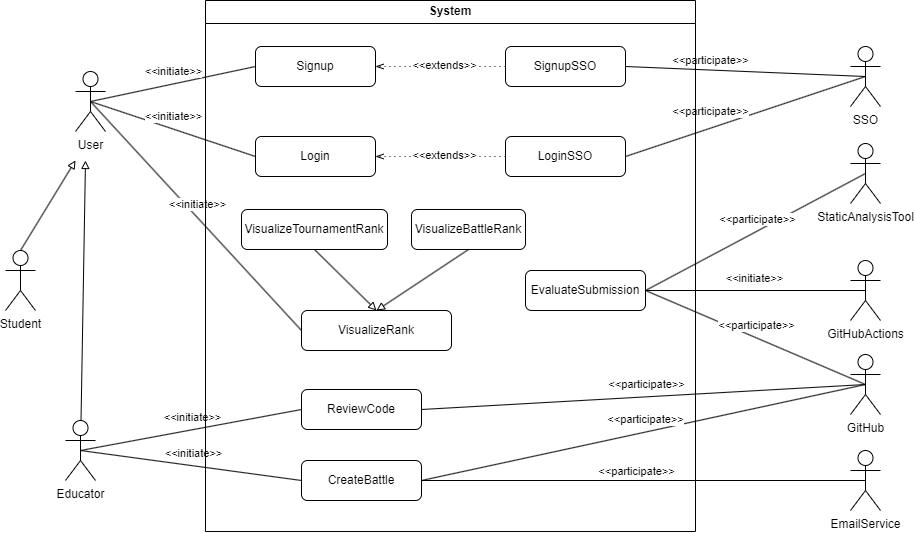
TommasoCapacci/SEII-2024-Capacci-Ginestroni keeps this draw.io diagram as RASD/Diagrams/use_case_both.png. Above is the earlier version. Source tidied: cells renumbered, new cells last; positions are measured from the earlier drawing's top-left corner, leaving out a move shared by most shapes.
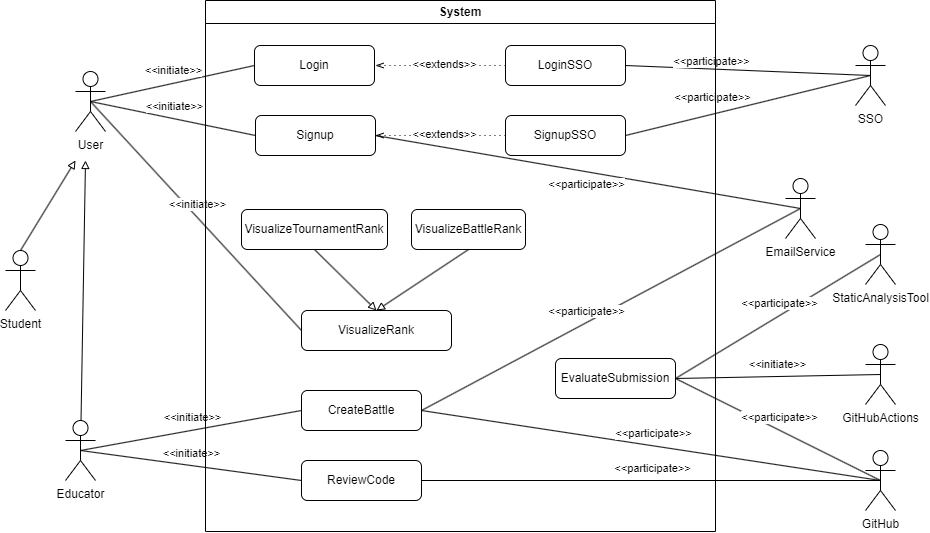
Above is the later version.

Commit message:
updated activity diagram for signup

The edit, as a diff of the source:
```diff
@@ -3,7 +3,7 @@
     <mxCell id="0" />
     <mxCell id="1" parent="0" />
     <mxCell id="2" value="StaticAnalysisTool" style="shape=umlActor;verticalLabelPosition=bottom;verticalAlign=top;html=1;outlineConnect=0;" parent="1" vertex="1">
-      <mxGeometry x="845" y="143" width="30" height="60" as="geometry" />
+      <mxGeometry x="860" y="224" width="30" height="60" as="geometry" />
     </mxCell>
     <mxCell id="3" value="Student" style="shape=umlActor;verticalLabelPosition=bottom;verticalAlign=top;html=1;outlineConnect=0;" parent="1" vertex="1">
       <mxGeometry y="250" width="30" height="60" as="geometry" />
@@ -12,83 +12,85 @@
       <mxGeometry x="60" y="420" width="30" height="60" as="geometry" />
     </mxCell>
     <mxCell id="5" value="SSO" style="shape=umlActor;verticalLabelPosition=bottom;verticalAlign=top;html=1;outlineConnect=0;" parent="1" vertex="1">
-      <mxGeometry x="845" y="46" width="30" height="60" as="geometry" />
+      <mxGeometry x="850" y="45" width="30" height="60" as="geometry" />
     </mxCell>
     <mxCell id="6" value="GitHub" style="shape=umlActor;verticalLabelPosition=bottom;verticalAlign=top;html=1;outlineConnect=0;" parent="1" vertex="1">
-      <mxGeometry x="845" y="354" width="30" height="60" as="geometry" />
+      <mxGeometry x="860" y="450" width="30" height="60" as="geometry" />
     </mxCell>
-    <mxCell id="7" value="Login" style="rounded=1;whiteSpace=wrap;html=1;" parent="1" vertex="1">
-      <mxGeometry x="250" y="136" width="120" height="40" as="geometry" />
+    <mxCell id="7" value="Signup" style="rounded=1;whiteSpace=wrap;html=1;" parent="1" vertex="1">
+      <mxGeometry x="250" y="115" width="120" height="40" as="geometry" />
     </mxCell>
-    <mxCell id="8" value="Signup" style="rounded=1;whiteSpace=wrap;html=1;" parent="1" vertex="1">
-      <mxGeometry x="250" y="46" width="120" height="40" as="geometry" />
+    <mxCell id="8" style="endArrow=none;html=1;rounded=0;exitX=1;exitY=0.5;exitDx=0;exitDy=0;entryX=0.5;entryY=0.5;entryDx=0;entryDy=0;entryPerimeter=0;" parent="1" edge="1" source="36" target="5">
+      <mxGeometry relative="1" as="geometry" />
     </mxCell>
-    <mxCell id="9" style="endArrow=none;html=1;rounded=0;exitX=1;exitY=0.5;exitDx=0;exitDy=0;entryX=0.5;entryY=0.5;entryDx=0;entryDy=0;entryPerimeter=0;" parent="1" edge="1" source="39" target="5">
-      <mxGeometry relative="1" as="geometry" />
+    <mxCell id="9" value="&amp;lt;&amp;lt;participate&amp;gt;&amp;gt;" style="edgeLabel;html=1;align=center;verticalAlign=middle;" parent="8" vertex="1">
+      <mxGeometry x="-0.09" y="-1" relative="1" as="geometry">
+        <mxPoint x="-26" y="-10" as="offset" />
+      </mxGeometry>
     </mxCell>
-    <mxCell id="10" value="&amp;lt;&amp;lt;participate&amp;gt;&amp;gt;" style="edgeLabel;html=1;align=center;verticalAlign=middle;" parent="9" vertex="1">
-      <mxGeometry x="-0.09" y="-1" relative="1" as="geometry">
-        <mxPoint x="-26" y="-10" as="offset" />
-      </mxGeometry>
+    <mxCell id="10" style="endArrow=none;html=1;rounded=0;exitX=0.5;exitY=0.5;exitDx=0;exitDy=0;exitPerimeter=0;entryX=0;entryY=0.5;entryDx=0;entryDy=0;" parent="1" edge="1" source="43" target="40">
+      <mxGeometry relative="1" as="geometry" />
     </mxCell>
-    <mxCell id="11" style="endArrow=none;html=1;rounded=0;exitX=0.5;exitY=0.5;exitDx=0;exitDy=0;exitPerimeter=0;entryX=0;entryY=0.5;entryDx=0;entryDy=0;" parent="1" edge="1" source="43" target="7">
-      <mxGeometry relative="1" as="geometry" />
+    <mxCell id="11" value="&amp;lt;&amp;lt;initiate&amp;gt;&amp;gt;" style="edgeLabel;html=1;align=center;verticalAlign=middle;" parent="10" vertex="1">
+      <mxGeometry x="0.01" relative="1" as="geometry">
+        <mxPoint y="-13" as="offset" />
+      </mxGeometry>
     </mxCell>
-    <mxCell id="12" value="&amp;lt;&amp;lt;initiate&amp;gt;&amp;gt;" style="edgeLabel;html=1;align=center;verticalAlign=middle;" parent="11" vertex="1">
-      <mxGeometry x="0.01" relative="1" as="geometry">
-        <mxPoint y="-13" as="offset" />
-      </mxGeometry>
+    <mxCell id="12" style="endArrow=none;html=1;rounded=0;entryX=0;entryY=0.5;entryDx=0;entryDy=0;exitX=0.5;exitY=0.5;exitDx=0;exitDy=0;exitPerimeter=0;" parent="1" edge="1" source="43" target="7">
+      <mxGeometry relative="1" as="geometry" />
     </mxCell>
-    <mxCell id="13" style="endArrow=none;html=1;rounded=0;entryX=0;entryY=0.5;entryDx=0;entryDy=0;exitX=0.5;exitY=0.5;exitDx=0;exitDy=0;exitPerimeter=0;" parent="1" edge="1" source="43" target="8">
-      <mxGeometry relative="1" as="geometry" />
+    <mxCell id="13" value="&amp;lt;&amp;lt;initiate&amp;gt;&amp;gt;" style="edgeLabel;html=1;align=center;verticalAlign=middle;" parent="12" vertex="1">
+      <mxGeometry x="0.01" relative="1" as="geometry">
+        <mxPoint y="-13" as="offset" />
+      </mxGeometry>
     </mxCell>
-    <mxCell id="14" value="&amp;lt;&amp;lt;initiate&amp;gt;&amp;gt;" style="edgeLabel;html=1;align=center;verticalAlign=middle;" parent="13" vertex="1">
-      <mxGeometry x="0.01" relative="1" as="geometry">
-        <mxPoint y="-13" as="offset" />
-      </mxGeometry>
+    <mxCell id="14" style="endArrow=none;html=1;rounded=0;exitX=1;exitY=0.5;exitDx=0;exitDy=0;entryX=0.5;entryY=0.5;entryDx=0;entryDy=0;entryPerimeter=0;" parent="1" edge="1" source="37" target="5">
+      <mxGeometry relative="1" as="geometry" />
     </mxCell>
-    <mxCell id="15" style="endArrow=none;html=1;rounded=0;exitX=1;exitY=0.5;exitDx=0;exitDy=0;entryX=0.5;entryY=0.5;entryDx=0;entryDy=0;entryPerimeter=0;" parent="1" edge="1" source="40" target="5">
-      <mxGeometry relative="1" as="geometry" />
+    <mxCell id="15" value="&amp;lt;&amp;lt;participate&amp;gt;&amp;gt;" style="edgeLabel;html=1;align=center;verticalAlign=middle;" parent="14" vertex="1">
+      <mxGeometry x="-0.09" y="-1" relative="1" as="geometry">
+        <mxPoint x="-26" y="-12" as="offset" />
+      </mxGeometry>
     </mxCell>
-    <mxCell id="16" value="&amp;lt;&amp;lt;participate&amp;gt;&amp;gt;" style="edgeLabel;html=1;align=center;verticalAlign=middle;" parent="15" vertex="1">
-      <mxGeometry x="-0.09" y="-1" relative="1" as="geometry">
-        <mxPoint x="-26" y="-12" as="offset" />
-      </mxGeometry>
+    <mxCell id="16" style="endArrow=none;html=1;rounded=0;exitX=0.5;exitY=0.5;exitDx=0;exitDy=0;exitPerimeter=0;entryX=0;entryY=0.5;entryDx=0;entryDy=0;" parent="1" edge="1" source="4" target="30">
+      <mxGeometry relative="1" as="geometry" />
     </mxCell>
-    <mxCell id="17" style="endArrow=none;html=1;rounded=0;exitX=0.5;exitY=0.5;exitDx=0;exitDy=0;exitPerimeter=0;entryX=0;entryY=0.5;entryDx=0;entryDy=0;" parent="1" edge="1" source="4" target="32">
-      <mxGeometry relative="1" as="geometry" />
+    <mxCell id="17" value="&amp;lt;&amp;lt;initiate&amp;gt;&amp;gt;" style="edgeLabel;html=1;align=center;verticalAlign=middle;" parent="16" vertex="1">
+      <mxGeometry x="0.01" relative="1" as="geometry">
+        <mxPoint y="-13" as="offset" />
+      </mxGeometry>
     </mxCell>
-    <mxCell id="18" value="&amp;lt;&amp;lt;initiate&amp;gt;&amp;gt;" style="edgeLabel;html=1;align=center;verticalAlign=middle;" parent="17" vertex="1">
-      <mxGeometry x="0.01" relative="1" as="geometry">
-        <mxPoint y="-13" as="offset" />
-      </mxGeometry>
+    <mxCell id="18" style="endArrow=none;html=1;rounded=0;exitX=1;exitY=0.5;exitDx=0;exitDy=0;entryX=0.5;entryY=0.5;entryDx=0;entryDy=0;entryPerimeter=0;" parent="1" edge="1" source="39" target="2">
+      <mxGeometry relative="1" as="geometry" />
     </mxCell>
-    <mxCell id="19" style="endArrow=none;html=1;rounded=0;exitX=1;exitY=0.5;exitDx=0;exitDy=0;entryX=0.5;entryY=0.5;entryDx=0;entryDy=0;entryPerimeter=0;" parent="1" edge="1" source="36" target="2">
-      <mxGeometry relative="1" as="geometry" />
+    <mxCell id="19" value="&amp;lt;&amp;lt;participate&amp;gt;&amp;gt;" style="edgeLabel;html=1;align=center;verticalAlign=middle;" parent="18" vertex="1">
+      <mxGeometry x="0.01" relative="1" as="geometry">
+        <mxPoint y="-13" as="offset" />
+      </mxGeometry>
     </mxCell>
-    <mxCell id="20" value="&amp;lt;&amp;lt;participate&amp;gt;&amp;gt;" style="edgeLabel;html=1;align=center;verticalAlign=middle;" parent="19" vertex="1">
-      <mxGeometry x="0.01" relative="1" as="geometry">
-        <mxPoint y="-13" as="offset" />
-      </mxGeometry>
+    <mxCell id="20" style="endArrow=none;html=1;rounded=0;exitX=0.5;exitY=0.5;exitDx=0;exitDy=0;exitPerimeter=0;entryX=1;entryY=0.5;entryDx=0;entryDy=0;" parent="1" edge="1" source="50" target="39">
+      <mxGeometry relative="1" as="geometry" />
     </mxCell>
-    <mxCell id="21" style="endArrow=none;html=1;rounded=0;exitX=0.5;exitY=0.5;exitDx=0;exitDy=0;exitPerimeter=0;entryX=1;entryY=0.5;entryDx=0;entryDy=0;" parent="1" edge="1" source="50" target="36">
-      <mxGeometry relative="1" as="geometry" />
+    <mxCell id="21" value="&amp;lt;&amp;lt;initiate&amp;gt;&amp;gt;" style="edgeLabel;html=1;align=center;verticalAlign=middle;" parent="20" vertex="1">
+      <mxGeometry x="0.01" relative="1" as="geometry">
+        <mxPoint y="-13" as="offset" />
+      </mxGeometry>
     </mxCell>
-    <mxCell id="22" value="&amp;lt;&amp;lt;initiate&amp;gt;&amp;gt;" style="edgeLabel;html=1;align=center;verticalAlign=middle;points=[];" parent="21" vertex="1">
-      <mxGeometry x="0.01" relative="1" as="geometry">
-        <mxPoint y="-13" as="offset" />
-      </mxGeometry>
+    <mxCell id="22" value="EmailService" style="shape=umlActor;verticalLabelPosition=bottom;verticalAlign=top;html=1;outlineConnect=0;" parent="1" vertex="1">
+      <mxGeometry x="780" y="178" width="30" height="60" as="geometry" />
     </mxCell>
-    <mxCell id="23" value="EmailService" style="shape=umlActor;verticalLabelPosition=bottom;verticalAlign=top;html=1;outlineConnect=0;" parent="1" vertex="1">
-      <mxGeometry x="845" y="450" width="30" height="60" as="geometry" />
+    <mxCell id="23" style="endArrow=none;html=1;rounded=0;exitX=1;exitY=0.5;exitDx=0;exitDy=0;entryX=0.5;entryY=0.5;entryDx=0;entryDy=0;entryPerimeter=0;" parent="1" edge="1" source="30" target="22">
+      <mxGeometry relative="1" as="geometry" />
     </mxCell>
-    <mxCell id="24" style="endArrow=none;html=1;rounded=0;exitX=1;exitY=0.5;exitDx=0;exitDy=0;entryX=0.5;entryY=0.5;entryDx=0;entryDy=0;entryPerimeter=0;" parent="1" edge="1" source="32" target="23">
+    <mxCell id="24" style="endArrow=none;html=1;rounded=0;entryX=0;entryY=0.5;entryDx=0;entryDy=0;exitX=0.5;exitY=0.5;exitDx=0;exitDy=0;exitPerimeter=0;" parent="1" edge="1" source="43" target="33">
       <mxGeometry relative="1" as="geometry" />
     </mxCell>
-    <mxCell id="25" value="&amp;lt;&amp;lt;participate&amp;gt;&amp;gt;" style="edgeLabel;html=1;align=center;verticalAlign=middle;" parent="1" vertex="1">
-      <mxGeometry x="630" y="470" as="geometry" />
+    <mxCell id="25" value="&amp;lt;&amp;lt;initiate&amp;gt;&amp;gt;" style="edgeLabel;html=1;align=center;verticalAlign=middle;" parent="24" vertex="1">
+      <mxGeometry x="0.01" relative="1" as="geometry">
+        <mxPoint y="-13" as="offset" />
+      </mxGeometry>
     </mxCell>
-    <mxCell id="26" style="endArrow=none;html=1;rounded=0;entryX=0;entryY=0.5;entryDx=0;entryDy=0;exitX=0.5;exitY=0.5;exitDx=0;exitDy=0;exitPerimeter=0;" parent="1" edge="1" source="43" target="35">
+    <mxCell id="26" style="endArrow=none;html=1;rounded=0;exitX=0.5;exitY=0.5;exitDx=0;exitDy=0;exitPerimeter=0;entryX=0;entryY=0.5;entryDx=0;entryDy=0;" parent="1" edge="1" source="4" target="29">
       <mxGeometry relative="1" as="geometry" />
     </mxCell>
     <mxCell id="27" value="&amp;lt;&amp;lt;initiate&amp;gt;&amp;gt;" style="edgeLabel;html=1;align=center;verticalAlign=middle;" parent="26" vertex="1">
@@ -96,48 +98,46 @@
         <mxPoint y="-13" as="offset" />
       </mxGeometry>
     </mxCell>
-    <mxCell id="28" style="endArrow=none;html=1;rounded=0;exitX=0.5;exitY=0.5;exitDx=0;exitDy=0;exitPerimeter=0;entryX=0;entryY=0.5;entryDx=0;entryDy=0;" parent="1" edge="1" source="4" target="31">
-      <mxGeometry relative="1" as="geometry" />
+    <mxCell id="28" value="System" style="swimlane;whiteSpace=wrap;html=1;" parent="1" vertex="1">
+      <mxGeometry x="200" width="510" height="531" as="geometry" />
     </mxCell>
-    <mxCell id="29" value="&amp;lt;&amp;lt;initiate&amp;gt;&amp;gt;" style="edgeLabel;html=1;align=center;verticalAlign=middle;points=[];" parent="28" vertex="1">
-      <mxGeometry x="0.01" relative="1" as="geometry">
-        <mxPoint y="-13" as="offset" />
-      </mxGeometry>
+    <mxCell id="29" value="ReviewCode" style="rounded=1;whiteSpace=wrap;html=1;" parent="28" vertex="1">
+      <mxGeometry x="96" y="460" width="120" height="40" as="geometry" />
     </mxCell>
-    <mxCell id="30" value="System" style="swimlane;whiteSpace=wrap;html=1;" parent="1" vertex="1">
-      <mxGeometry x="200" width="490" height="531" as="geometry" />
+    <mxCell id="30" value="CreateBattle" style="rounded=1;whiteSpace=wrap;html=1;" parent="28" vertex="1">
+      <mxGeometry x="96" y="390" width="120" height="40" as="geometry" />
     </mxCell>
-    <mxCell id="31" value="ReviewCode" style="rounded=1;whiteSpace=wrap;html=1;" parent="30" vertex="1">
-      <mxGeometry x="96" y="389" width="120" height="40" as="geometry" />
+    <mxCell id="31" value="VisualizeTournamentRank" style="rounded=1;whiteSpace=wrap;html=1;" parent="28" vertex="1">
+      <mxGeometry x="36" y="209" width="146" height="40" as="geometry" />
     </mxCell>
-    <mxCell id="32" value="CreateBattle" style="rounded=1;whiteSpace=wrap;html=1;" parent="30" vertex="1">
-      <mxGeometry x="96" y="460" width="120" height="40" as="geometry" />
+    <mxCell id="32" value="VisualizeBattleRank" style="rounded=1;whiteSpace=wrap;html=1;" parent="28" vertex="1">
+      <mxGeometry x="206" y="209" width="114" height="40" as="geometry" />
     </mxCell>
-    <mxCell id="33" value="VisualizeTournamentRank" style="rounded=1;whiteSpace=wrap;html=1;" parent="30" vertex="1">
-      <mxGeometry x="36" y="209" width="146" height="40" as="geometry" />
+    <mxCell id="33" value="VisualizeRank" style="rounded=1;whiteSpace=wrap;html=1;" parent="28" vertex="1">
+      <mxGeometry x="96" y="310" width="150" height="40" as="geometry" />
     </mxCell>
-    <mxCell id="34" value="VisualizeBattleRank" style="rounded=1;whiteSpace=wrap;html=1;" parent="30" vertex="1">
-      <mxGeometry x="206" y="209" width="114" height="40" as="geometry" />
+    <mxCell id="34" style="endArrow=block;html=1;rounded=0;endFill=0;entryX=0.5;entryY=0;entryDx=0;entryDy=0;exitX=0.5;exitY=1;exitDx=0;exitDy=0;" parent="28" edge="1" source="31" target="33">
+      <mxGeometry relative="1" as="geometry" />
     </mxCell>
-    <mxCell id="35" value="VisualizeRank" style="rounded=1;whiteSpace=wrap;html=1;" parent="30" vertex="1">
-      <mxGeometry x="96" y="310" width="150" height="40" as="geometry" />
+    <mxCell id="35" style="endArrow=block;html=1;rounded=0;endFill=0;entryX=0.5;entryY=0;entryDx=0;entryDy=0;exitX=0.5;exitY=1;exitDx=0;exitDy=0;" parent="28" edge="1" source="32" target="33">
+      <mxGeometry relative="1" as="geometry" />
     </mxCell>
-    <mxCell id="36" value="EvaluateSubmission" style="rounded=1;whiteSpace=wrap;html=1;" parent="30" vertex="1">
-      <mxGeometry x="320" y="270" width="120" height="40" as="geometry" />
+    <mxCell id="36" value="LoginSSO" style="rounded=1;whiteSpace=wrap;html=1;" parent="28" vertex="1">
+      <mxGeometry x="300" y="45" width="120" height="40" as="geometry" />
     </mxCell>
-    <mxCell id="37" style="endArrow=block;html=1;rounded=0;endFill=0;entryX=0.5;entryY=0;entryDx=0;entryDy=0;exitX=0.5;exitY=1;exitDx=0;exitDy=0;" parent="30" edge="1" source="33" target="35">
-      <mxGeometry relative="1" as="geometry" />
+    <mxCell id="37" value="SignupSSO" style="rounded=1;whiteSpace=wrap;html=1;" parent="28" vertex="1">
+      <mxGeometry x="300" y="115" width="120" height="40" as="geometry" />
     </mxCell>
-    <mxCell id="38" style="endArrow=block;html=1;rounded=0;endFill=0;entryX=0.5;entryY=0;entryDx=0;entryDy=0;exitX=0.5;exitY=1;exitDx=0;exitDy=0;" parent="30" edge="1" source="34" target="35">
-      <mxGeometry relative="1" as="geometry" />
+    <mxCell id="38" value="&amp;lt;&amp;lt;participate&amp;gt;&amp;gt;" style="edgeLabel;html=1;align=center;verticalAlign=middle;" parent="28" vertex="1">
+      <mxGeometry x="380" y="310" as="geometry" />
     </mxCell>
-    <mxCell id="39" value="LoginSSO" style="rounded=1;whiteSpace=wrap;html=1;" parent="30" vertex="1">
-      <mxGeometry x="300" y="136" width="120" height="40" as="geometry" />
+    <mxCell id="39" value="EvaluateSubmission" style="rounded=1;whiteSpace=wrap;html=1;" parent="28" vertex="1">
+      <mxGeometry x="350" y="358" width="120" height="40" as="geometry" />
     </mxCell>
-    <mxCell id="40" value="SignupSSO" style="rounded=1;whiteSpace=wrap;html=1;" parent="30" vertex="1">
-      <mxGeometry x="300" y="46" width="120" height="40" as="geometry" />
+    <mxCell id="40" value="Login" style="rounded=1;whiteSpace=wrap;html=1;" parent="28" vertex="1">
+      <mxGeometry x="49" y="45" width="120" height="40" as="geometry" />
     </mxCell>
-    <mxCell id="41" style="endArrow=none;html=1;rounded=0;exitX=1;exitY=0.5;exitDx=0;exitDy=0;entryX=0.5;entryY=0.5;entryDx=0;entryDy=0;entryPerimeter=0;" parent="1" edge="1" source="32" target="6">
+    <mxCell id="41" style="endArrow=none;html=1;rounded=0;exitX=1;exitY=0.5;exitDx=0;exitDy=0;entryX=0.5;entryY=0.5;entryDx=0;entryDy=0;entryPerimeter=0;" parent="1" edge="1" source="30" target="6">
       <mxGeometry relative="1" as="geometry" />
     </mxCell>
     <mxCell id="42" value="&amp;lt;&amp;lt;participate&amp;gt;&amp;gt;" style="edgeLabel;html=1;align=center;verticalAlign=middle;" parent="41" vertex="1">
@@ -158,24 +158,24 @@
         <mxPoint x="80" y="160" as="targetPoint" />
       </mxGeometry>
     </mxCell>
-    <mxCell id="46" style="fontSize=12;html=1;endFill=0;startFill=0;endSize=6;startSize=6;dashed=1;dashPattern=1 4;endArrow=openThin;startArrow=none;rounded=0;entryX=1;entryY=0.5;entryDx=0;entryDy=0;exitX=0;exitY=0.5;exitDx=0;exitDy=0;" parent="1" edge="1" source="40" target="8">
+    <mxCell id="46" style="fontSize=12;html=1;endFill=0;startFill=0;endSize=6;startSize=6;dashed=1;dashPattern=1 4;endArrow=openThin;startArrow=none;rounded=0;entryX=1;entryY=0.5;entryDx=0;entryDy=0;exitX=0;exitY=0.5;exitDx=0;exitDy=0;" parent="1" edge="1" source="37" target="7">
       <mxGeometry relative="1" as="geometry" />
     </mxCell>
     <mxCell id="47" value="&amp;lt;&amp;lt;extends&amp;gt;&amp;gt;" style="edgeLabel;html=1;align=center;verticalAlign=middle;" parent="46" vertex="1">
       <mxGeometry x="-0.05" y="-2" relative="1" as="geometry" />
     </mxCell>
-    <mxCell id="48" style="fontSize=12;html=1;endFill=0;startFill=0;endSize=6;startSize=6;dashed=1;dashPattern=1 4;endArrow=openThin;startArrow=none;rounded=0;exitX=0;exitY=0.5;exitDx=0;exitDy=0;" parent="1" edge="1" source="39">
+    <mxCell id="48" style="fontSize=12;html=1;endFill=0;startFill=0;endSize=6;startSize=6;dashed=1;dashPattern=1 4;endArrow=openThin;startArrow=none;rounded=0;exitX=0;exitY=0.5;exitDx=0;exitDy=0;" parent="1" edge="1" source="36">
       <mxGeometry relative="1" as="geometry">
-        <mxPoint x="370" y="156" as="targetPoint" />
+        <mxPoint x="370" y="65" as="targetPoint" />
       </mxGeometry>
     </mxCell>
     <mxCell id="49" value="&amp;lt;&amp;lt;extends&amp;gt;&amp;gt;" style="edgeLabel;html=1;align=center;verticalAlign=middle;" parent="48" vertex="1">
       <mxGeometry x="-0.05" y="-2" relative="1" as="geometry" />
     </mxCell>
     <mxCell id="50" value="GitHubActions" style="shape=umlActor;verticalLabelPosition=bottom;verticalAlign=top;html=1;outlineConnect=0;" parent="1" vertex="1">
-      <mxGeometry x="845" y="260" width="30" height="60" as="geometry" />
+      <mxGeometry x="860" y="344" width="30" height="60" as="geometry" />
     </mxCell>
-    <mxCell id="51" style="endArrow=none;html=1;rounded=0;exitX=1;exitY=0.5;exitDx=0;exitDy=0;entryX=0.5;entryY=0.5;entryDx=0;entryDy=0;entryPerimeter=0;" parent="1" edge="1" source="36" target="6">
+    <mxCell id="51" style="endArrow=none;html=1;rounded=0;exitX=1;exitY=0.5;exitDx=0;exitDy=0;entryX=0.5;entryY=0.5;entryDx=0;entryDy=0;entryPerimeter=0;" parent="1" edge="1" source="39" target="6">
       <mxGeometry relative="1" as="geometry" />
     </mxCell>
     <mxCell id="52" value="&amp;lt;&amp;lt;participate&amp;gt;&amp;gt;" style="edgeLabel;html=1;align=center;verticalAlign=middle;" parent="51" vertex="1">
@@ -183,7 +183,7 @@
         <mxPoint y="-13" as="offset" />
       </mxGeometry>
     </mxCell>
-    <mxCell id="53" style="endArrow=none;html=1;rounded=0;exitX=1;exitY=0.5;exitDx=0;exitDy=0;entryX=0.5;entryY=0.5;entryDx=0;entryDy=0;entryPerimeter=0;" parent="1" edge="1" source="31" target="6">
+    <mxCell id="53" style="endArrow=none;html=1;rounded=0;exitX=1;exitY=0.5;exitDx=0;exitDy=0;entryX=0.5;entryY=0.5;entryDx=0;entryDy=0;entryPerimeter=0;" parent="1" edge="1" source="29" target="6">
       <mxGeometry relative="1" as="geometry" />
     </mxCell>
     <mxCell id="54" value="&amp;lt;&amp;lt;participate&amp;gt;&amp;gt;" style="edgeLabel;html=1;align=center;verticalAlign=middle;" parent="53" vertex="1">
@@ -191,5 +191,13 @@
         <mxPoint y="-13" as="offset" />
       </mxGeometry>
     </mxCell>
+    <mxCell id="55" style="endArrow=none;html=1;rounded=0;exitX=1;exitY=0.5;exitDx=0;exitDy=0;entryX=0.5;entryY=0.5;entryDx=0;entryDy=0;entryPerimeter=0;" parent="1" edge="1" source="7" target="22">
+      <mxGeometry relative="1" as="geometry" />
+    </mxCell>
+    <mxCell id="56" value="&amp;lt;&amp;lt;participate&amp;gt;&amp;gt;" style="edgeLabel;html=1;align=center;verticalAlign=middle;" parent="55" vertex="1">
+      <mxGeometry x="0.01" relative="1" as="geometry">
+        <mxPoint x="-4" y="12" as="offset" />
+      </mxGeometry>
+    </mxCell>
   </root>
 </mxGraphModel>
```
